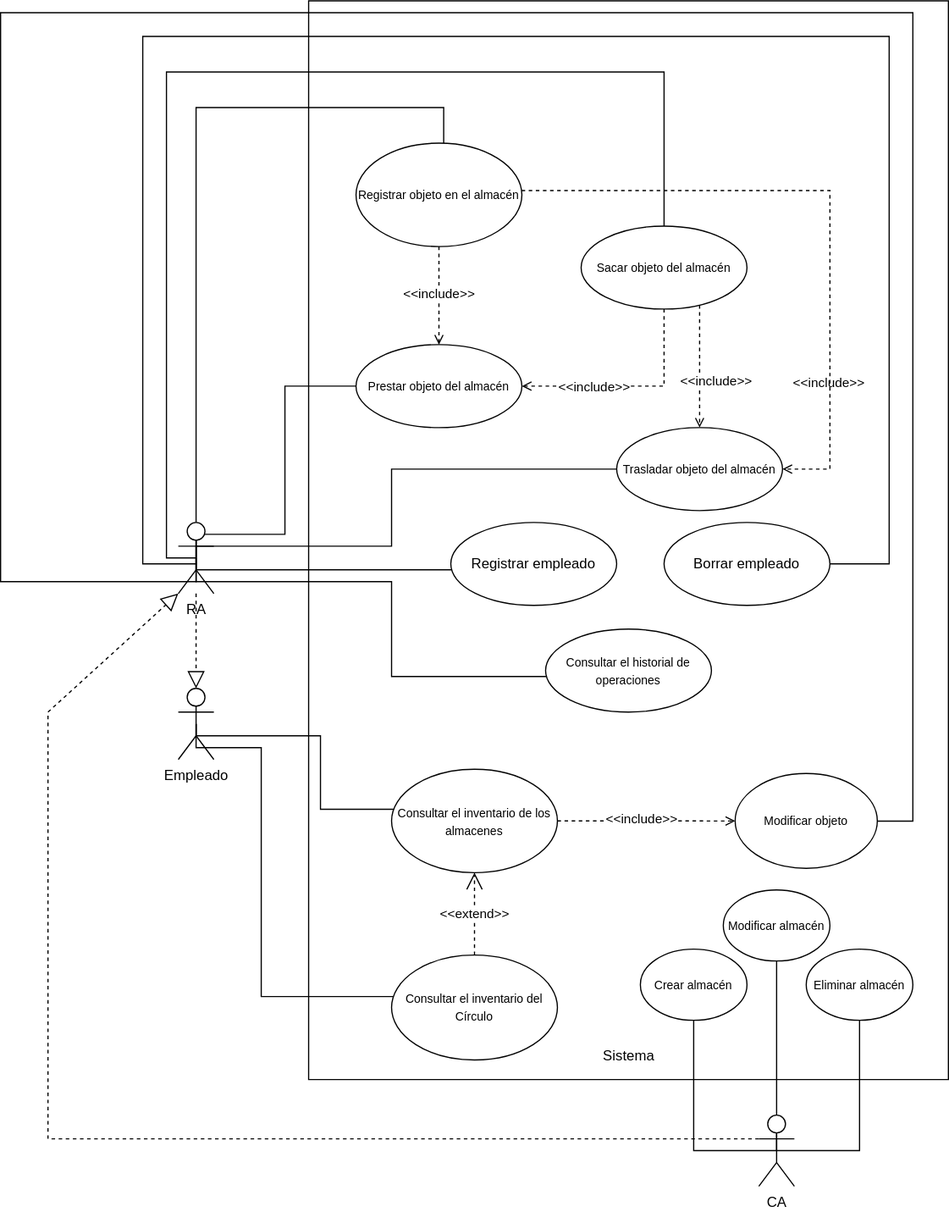
Before: Diagramas/Diagrama de Casos de Uso.svg, a diagram exported from draw.io (Emilio-115/Proyecto-IR-G2-12). Source tidied: cells renumbered, new cells last; positions are measured from the earlier drawing's top-left corner, leaving out a move shared by most shapes.
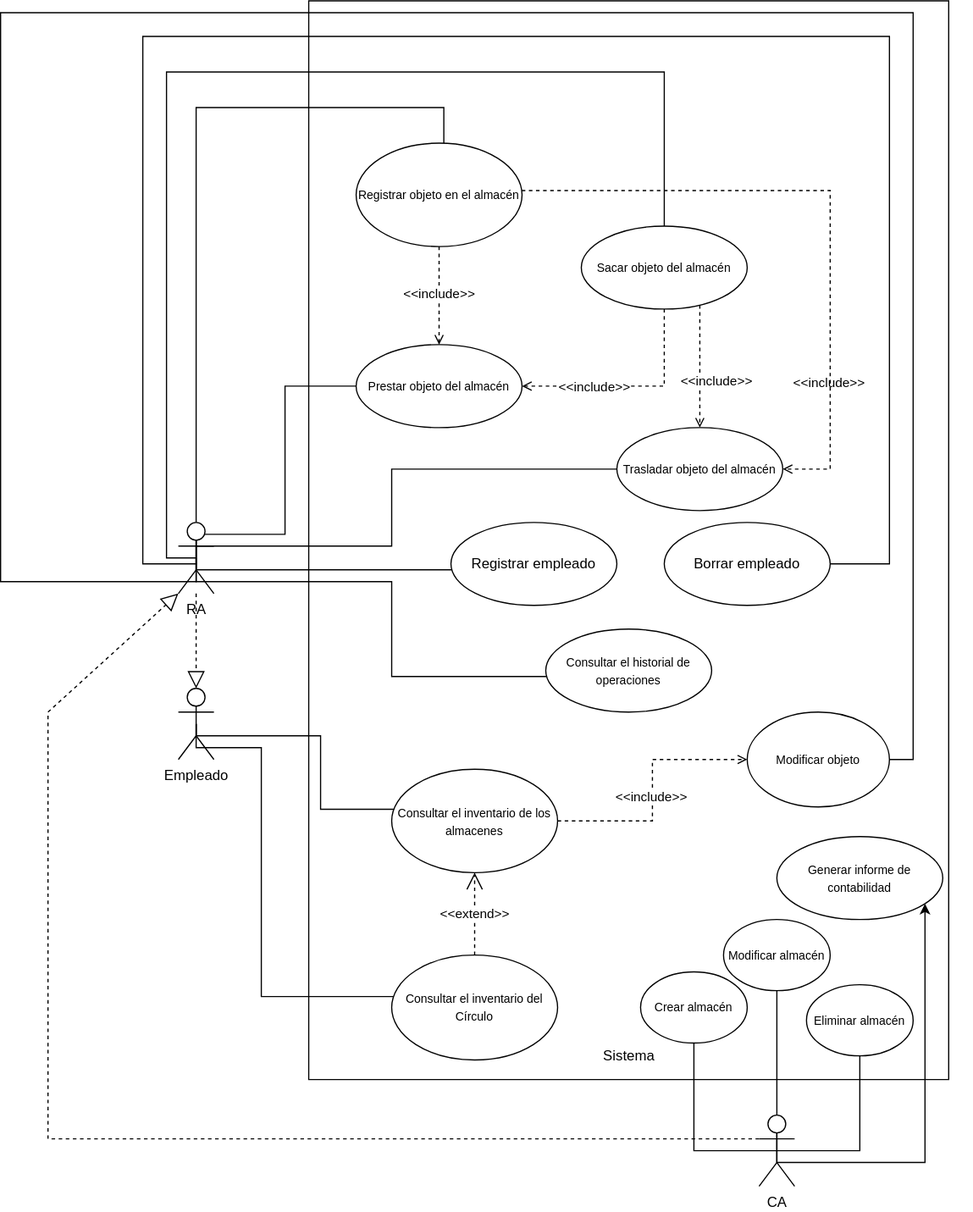
The same file after the commit.

Commit message:
Completar diagrama casos de uso

The edit, as a diff of the source:
```diff
@@ -3,13 +3,13 @@
     <mxCell id="0" />
     <mxCell id="1" parent="0" />
     <mxCell id="2" style="group;" parent="1" vertex="1">
-      <mxGeometry x="260" width="540" height="910" as="geometry" />
+      <mxGeometry x="260" width="560" height="910" as="geometry" />
     </mxCell>
     <mxCell id="3" style="group;" parent="2" vertex="1">
-      <mxGeometry width="540" height="910" as="geometry" />
+      <mxGeometry width="560" height="910" as="geometry" />
     </mxCell>
     <mxCell id="4" style="group;" parent="3" vertex="1">
-      <mxGeometry width="540" height="910" as="geometry" />
+      <mxGeometry width="560" height="910" as="geometry" />
     </mxCell>
     <mxCell id="5" style="verticalLabelPosition=bottom;verticalAlign=top;html=1;shape=mxgraph.basic.rect;fillColor2=none;strokeWidth=1;size=20;indent=5;" parent="4" vertex="1">
       <mxGeometry width="540" height="910" as="geometry" />
@@ -83,20 +83,31 @@
       <mxGeometry x="200" y="530" width="140" height="70" as="geometry" />
     </mxCell>
     <mxCell id="22" value="&lt;font style=&quot;font-size: 10px;&quot;&gt;Crear almacén&lt;/font&gt;" style="ellipse;whiteSpace=wrap;html=1;" parent="4" vertex="1">
-      <mxGeometry x="280" y="800" width="90" height="60" as="geometry" />
+      <mxGeometry x="280" y="819.2" width="90" height="60" as="geometry" />
     </mxCell>
     <mxCell id="23" value="&lt;font style=&quot;font-size: 10px;&quot;&gt;Consultar el inventario del Círculo&lt;/font&gt;" style="ellipse;whiteSpace=wrap;html=1;" parent="4" vertex="1">
       <mxGeometry x="70" y="805" width="140" height="88.5" as="geometry" />
     </mxCell>
     <mxCell id="24" value="&lt;font style=&quot;font-size: 10px;&quot;&gt;Eliminar almacén&lt;/font&gt;" style="ellipse;whiteSpace=wrap;html=1;" parent="4" vertex="1">
-      <mxGeometry x="420" y="800" width="90" height="60" as="geometry" />
+      <mxGeometry x="420" y="830" width="90" height="60" as="geometry" />
     </mxCell>
     <mxCell id="25" value="&lt;font style=&quot;font-size: 10px;&quot;&gt;Modificar almacén&lt;/font&gt;" style="ellipse;whiteSpace=wrap;html=1;" parent="4" vertex="1">
-      <mxGeometry x="350" y="750" width="90" height="60" as="geometry" />
+      <mxGeometry x="350" y="775" width="90" height="60" as="geometry" />
     </mxCell>
     <mxCell id="26" value="&lt;font style=&quot;font-size: 10px;&quot;&gt;Modificar objeto&lt;/font&gt;" style="ellipse;whiteSpace=wrap;html=1;" parent="4" vertex="1">
-      <mxGeometry x="360" y="651.9" width="120" height="80" as="geometry" />
+      <mxGeometry x="370" y="600" width="120" height="80" as="geometry" />
     </mxCell>
+    <mxCell id="49" value="&lt;font style=&quot;font-size: 10px;&quot;&gt;Generar informe de contabilidad&lt;/font&gt;" style="ellipse;whiteSpace=wrap;html=1;" parent="4" vertex="1">
+      <mxGeometry x="395" y="705" width="140" height="70" as="geometry" />
+    </mxCell>
+    <mxCell id="50" style="edgeStyle=orthogonalEdgeStyle;rounded=0;jettySize=auto;html=1;exitX=0.5;exitY=0.5;exitDx=0;exitDy=0;exitPerimeter=0;" parent="4" edge="1" source="47" target="49">
+      <mxGeometry relative="1" as="geometry">
+        <Array as="points">
+          <mxPoint x="395" y="980" />
+          <mxPoint x="520" y="980" />
+        </Array>
+      </mxGeometry>
+    </mxCell>
     <mxCell id="27" style="edgeStyle=orthogonalEdgeStyle;rounded=0;jettySize=auto;html=1;exitX=1;exitY=0.5;exitDx=0;exitDy=0;dashed=1;endArrow=open;endFill=0;" parent="3" edge="1" source="29" target="26">
       <mxGeometry relative="1" as="geometry" />
     </mxCell>
@@ -178,7 +189,7 @@
           <mxPoint y="490" />
           <mxPoint y="10" />
           <mxPoint x="770" y="10" />
-          <mxPoint x="770" y="692" />
+          <mxPoint x="770" y="640" />
         </Array>
       </mxGeometry>
     </mxCell>
```
